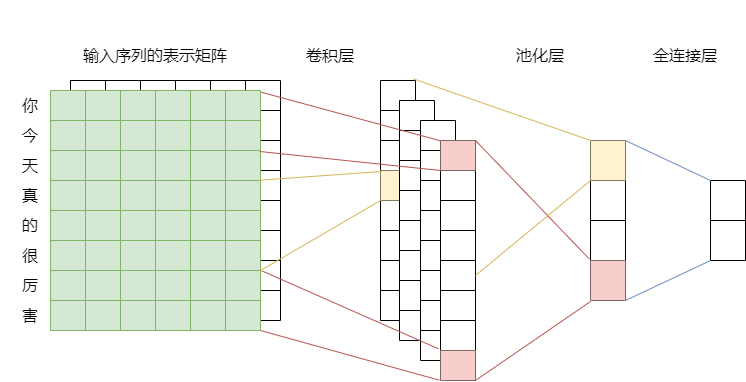
AdamFocus/draw keeps this draw.io diagram as cnn.png. Above is the earlier version. Source tidied: cells renumbered, new cells last; positions are measured from the earlier drawing's top-left corner, leaving out a move shared by most shapes.
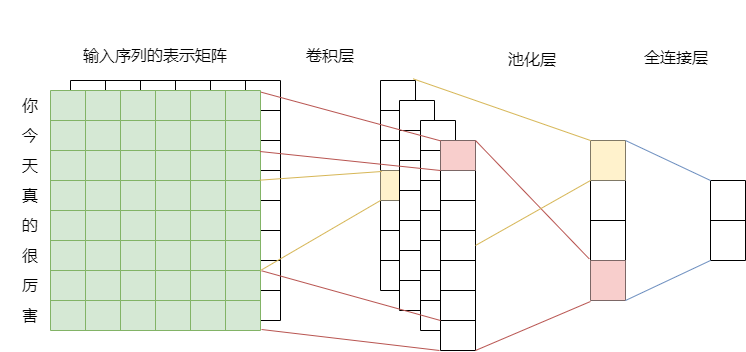
The same file after the commit.

The edit, as a diff of the source:
```diff
@@ -173,7 +173,7 @@
     <mxCell id="58" style="shape=partialRectangle;html=1;whiteSpace=wrap;fillColor=none;top=0;left=0;bottom=0;right=0;overflow=hidden;shadow=0;labelBorderColor=none;strokeColor=default;" parent="52" vertex="1">
       <mxGeometry x="175" width="35" height="30" as="geometry" />
     </mxCell>
-    <mxCell id="59" style="shape=table;html=1;whiteSpace=wrap;startSize=0;shadow=0;labelBorderColor=none;strokeColor=#82b366;fillColor=#d5e8d4;rounded=0;gradientColor=none;swimlaneFillColor=none;sketch=0;" parent="1" vertex="1">
+    <mxCell id="59" style="shape=table;html=1;whiteSpace=wrap;startSize=0;shadow=0;labelBorderColor=none;strokeColor=#82b366;fillColor=#d5e8d4;rounded=0;swimlaneFillColor=none;sketch=0;" parent="1" vertex="1">
       <mxGeometry x="50" y="90" width="210" height="240" as="geometry" />
     </mxCell>
     <mxCell id="60" style="shape=tableRow;horizontal=0;startSize=0;swimlaneHead=0;swimlaneBody=0;top=0;left=0;bottom=0;right=0;fillColor=none;points=[[0,0.5],[1,0.5]];portConstraint=eastwest;shadow=0;labelBorderColor=none;strokeColor=default;" parent="59" vertex="1">
@@ -345,7 +345,7 @@
       <mxGeometry x="175" width="35" height="30" as="geometry" />
     </mxCell>
     <mxCell id="116" style="shape=table;html=1;whiteSpace=wrap;startSize=0;shadow=0;labelBorderColor=none;strokeColor=default;" parent="1" vertex="1">
-      <mxGeometry x="380" y="80" width="35" height="240" as="geometry" />
+      <mxGeometry x="380" y="80" width="35" height="210" as="geometry" />
     </mxCell>
     <mxCell id="117" style="shape=tableRow;horizontal=0;startSize=0;swimlaneHead=0;swimlaneBody=0;top=0;left=0;bottom=0;right=0;fillColor=none;points=[[0,0.5],[1,0.5]];portConstraint=eastwest;shadow=0;labelBorderColor=none;strokeColor=default;" parent="116" vertex="1">
       <mxGeometry width="35" height="30" as="geometry" />
@@ -389,14 +389,8 @@
     <mxCell id="130" style="shape=partialRectangle;html=1;whiteSpace=wrap;fillColor=none;top=0;left=0;bottom=0;right=0;overflow=hidden;shadow=0;labelBorderColor=none;strokeColor=default;" parent="129" vertex="1">
       <mxGeometry width="35" height="30" as="geometry" />
     </mxCell>
-    <mxCell id="131" style="shape=tableRow;horizontal=0;startSize=0;swimlaneHead=0;swimlaneBody=0;top=0;left=0;bottom=0;right=0;fillColor=none;shadow=0;labelBorderColor=none;strokeColor=default;" parent="116" vertex="1">
-      <mxGeometry y="210" width="35" height="30" as="geometry" />
-    </mxCell>
-    <mxCell id="132" style="shape=partialRectangle;html=1;whiteSpace=wrap;fillColor=none;top=0;left=0;bottom=0;right=0;overflow=hidden;shadow=0;labelBorderColor=none;strokeColor=default;" parent="131" vertex="1">
-      <mxGeometry width="35" height="30" as="geometry" />
-    </mxCell>
     <mxCell id="133" style="shape=table;html=1;whiteSpace=wrap;startSize=0;shadow=0;labelBorderColor=none;strokeColor=default;" parent="1" vertex="1">
-      <mxGeometry x="399" y="100" width="35" height="240" as="geometry" />
+      <mxGeometry x="399" y="100" width="35" height="210" as="geometry" />
     </mxCell>
     <mxCell id="134" style="shape=tableRow;horizontal=0;startSize=0;swimlaneHead=0;swimlaneBody=0;top=0;left=0;bottom=0;right=0;fillColor=none;shadow=0;labelBorderColor=none;strokeColor=default;" parent="133" vertex="1">
       <mxGeometry width="35" height="30" as="geometry" />
@@ -440,14 +434,8 @@
     <mxCell id="147" style="shape=partialRectangle;html=1;whiteSpace=wrap;fillColor=none;top=0;left=0;bottom=0;right=0;overflow=hidden;shadow=0;labelBorderColor=none;strokeColor=default;" parent="146" vertex="1">
       <mxGeometry width="35" height="30" as="geometry" />
     </mxCell>
-    <mxCell id="148" style="shape=tableRow;horizontal=0;startSize=0;swimlaneHead=0;swimlaneBody=0;top=0;left=0;bottom=0;right=0;fillColor=none;shadow=0;labelBorderColor=none;strokeColor=default;" parent="133" vertex="1">
-      <mxGeometry y="210" width="35" height="30" as="geometry" />
-    </mxCell>
-    <mxCell id="149" style="shape=partialRectangle;html=1;whiteSpace=wrap;fillColor=none;top=0;left=0;bottom=0;right=0;overflow=hidden;shadow=0;labelBorderColor=none;strokeColor=default;" parent="148" vertex="1">
-      <mxGeometry width="35" height="30" as="geometry" />
-    </mxCell>
     <mxCell id="150" style="shape=table;html=1;whiteSpace=wrap;startSize=0;shadow=0;labelBorderColor=none;strokeColor=default;" parent="1" vertex="1">
-      <mxGeometry x="420" y="120" width="35" height="240" as="geometry" />
+      <mxGeometry x="420" y="120" width="35" height="210" as="geometry" />
     </mxCell>
     <mxCell id="151" style="shape=tableRow;horizontal=0;startSize=0;swimlaneHead=0;swimlaneBody=0;top=0;left=0;bottom=0;right=0;fillColor=none;shadow=0;labelBorderColor=none;strokeColor=default;" parent="150" vertex="1">
       <mxGeometry width="35" height="30" as="geometry" />
@@ -491,14 +479,8 @@
     <mxCell id="164" style="shape=partialRectangle;html=1;whiteSpace=wrap;fillColor=none;top=0;left=0;bottom=0;right=0;overflow=hidden;shadow=0;labelBorderColor=none;strokeColor=default;" parent="163" vertex="1">
       <mxGeometry width="35" height="30" as="geometry" />
     </mxCell>
-    <mxCell id="165" style="shape=tableRow;horizontal=0;startSize=0;swimlaneHead=0;swimlaneBody=0;top=0;left=0;bottom=0;right=0;fillColor=none;shadow=0;labelBorderColor=none;strokeColor=default;" parent="150" vertex="1">
-      <mxGeometry y="210" width="35" height="30" as="geometry" />
-    </mxCell>
-    <mxCell id="166" style="shape=partialRectangle;html=1;whiteSpace=wrap;fillColor=none;top=0;left=0;bottom=0;right=0;overflow=hidden;shadow=0;labelBorderColor=none;strokeColor=default;" parent="165" vertex="1">
-      <mxGeometry width="35" height="30" as="geometry" />
-    </mxCell>
     <mxCell id="167" style="shape=table;html=1;whiteSpace=wrap;startSize=0;shadow=0;labelBorderColor=none;strokeColor=default;" parent="1" vertex="1">
-      <mxGeometry x="440" y="140" width="35" height="240" as="geometry" />
+      <mxGeometry x="440" y="140" width="35" height="210" as="geometry" />
     </mxCell>
     <mxCell id="168" style="shape=tableRow;horizontal=0;startSize=0;swimlaneHead=0;swimlaneBody=0;top=0;left=0;bottom=0;right=0;fillColor=none;points=[[0,0.5],[1,0.5]];portConstraint=eastwest;shadow=0;labelBorderColor=none;strokeColor=default;" parent="167" vertex="1">
       <mxGeometry width="35" height="30" as="geometry" />
@@ -542,12 +524,6 @@
     <mxCell id="181" style="shape=partialRectangle;html=1;whiteSpace=wrap;fillColor=none;top=0;left=0;bottom=0;right=0;overflow=hidden;shadow=0;labelBorderColor=none;strokeColor=default;" parent="180" vertex="1">
       <mxGeometry width="35" height="30" as="geometry" />
     </mxCell>
-    <mxCell id="182" style="shape=tableRow;horizontal=0;startSize=0;swimlaneHead=0;swimlaneBody=0;top=0;left=0;bottom=0;right=0;fillColor=none;points=[[0,0.5],[1,0.5]];portConstraint=eastwest;shadow=0;labelBorderColor=none;strokeColor=default;" parent="167" vertex="1">
-      <mxGeometry y="210" width="35" height="30" as="geometry" />
-    </mxCell>
-    <mxCell id="183" style="shape=partialRectangle;html=1;whiteSpace=wrap;fillColor=#f8cecc;top=0;left=0;bottom=0;right=0;overflow=hidden;shadow=0;labelBorderColor=none;strokeColor=#b85450;" parent="182" vertex="1">
-      <mxGeometry width="35" height="30" as="geometry" />
-    </mxCell>
     <mxCell id="184" style="shape=table;html=1;whiteSpace=wrap;startSize=0;shadow=0;labelBorderColor=none;strokeColor=default;" parent="1" vertex="1">
       <mxGeometry x="590" y="140" width="35" height="160" as="geometry" />
     </mxCell>
@@ -598,10 +574,12 @@
         <mxPoint x="440" y="170" as="targetPoint" />
       </mxGeometry>
     </mxCell>
-    <mxCell id="200" style="endArrow=none;html=1;rounded=0;strokeColor=#B85450;exitX=1.006;exitY=0.011;exitDx=0;exitDy=0;exitPerimeter=0;entryX=-0.057;entryY=0.944;entryDx=0;entryDy=0;entryPerimeter=0;endFill=0;" parent="1" edge="1" source="102" target="180">
-      <mxGeometry relative="1" as="geometry" />
+    <mxCell id="200" style="endArrow=none;html=1;rounded=0;strokeColor=#B85450;exitX=1.006;exitY=0.011;exitDx=0;exitDy=0;exitPerimeter=0;endFill=0;" parent="1" edge="1" source="102">
+      <mxGeometry relative="1" as="geometry">
+        <mxPoint x="440" y="320" as="targetPoint" />
+      </mxGeometry>
     </mxCell>
-    <mxCell id="201" style="endArrow=none;html=1;rounded=0;strokeColor=#B85450;entryX=-0.038;entryY=0.989;entryDx=0;entryDy=0;entryPerimeter=0;endFill=0;" parent="1" edge="1" target="182">
+    <mxCell id="201" style="endArrow=none;html=1;rounded=0;strokeColor=#B85450;entryX=-0.038;entryY=0.989;entryDx=0;entryDy=0;entryPerimeter=0;endFill=0;" parent="1" edge="1" target="x">
       <mxGeometry relative="1" as="geometry">
         <mxPoint x="260" y="330" as="sourcePoint" />
       </mxGeometry>
@@ -625,7 +603,7 @@
         <mxPoint x="590" y="140" as="targetPoint" />
       </mxGeometry>
     </mxCell>
-    <mxCell id="207" style="endArrow=none;html=1;rounded=0;strokeColor=#d6b656;exitX=1;exitY=0.5;exitDx=0;exitDy=0;fillColor=#fff2cc;endFill=0;" parent="1" edge="1" source="176">
+    <mxCell id="207" style="endArrow=none;html=1;rounded=0;strokeColor=#d6b656;exitX=1;exitY=0.5;exitDx=0;exitDy=0;fillColor=#fff2cc;endFill=0;" parent="1" edge="1" source="174">
       <mxGeometry relative="1" as="geometry">
         <mxPoint x="590" y="180" as="targetPoint" />
       </mxGeometry>
@@ -671,10 +649,15 @@
       <mxGeometry x="300" y="40" width="60" height="30" as="geometry" />
     </mxCell>
     <mxCell id="220" value="&lt;font style=&quot;font-size: 16px&quot;&gt;池化层&lt;/font&gt;" style="text;html=1;strokeColor=none;fillColor=none;align=center;verticalAlign=middle;whiteSpace=wrap;rounded=0;shadow=0;labelBorderColor=none;sketch=1;" parent="1" vertex="1">
-      <mxGeometry x="510" y="40" width="60" height="30" as="geometry" />
+      <mxGeometry x="502" y="44" width="60" height="30" as="geometry" />
     </mxCell>
     <mxCell id="221" value="&lt;font style=&quot;font-size: 16px&quot;&gt;全连接层&lt;/font&gt;" style="text;html=1;strokeColor=none;fillColor=none;align=center;verticalAlign=middle;whiteSpace=wrap;rounded=0;shadow=0;labelBorderColor=none;sketch=1;" parent="1" vertex="1">
-      <mxGeometry x="640" y="40" width="90" height="30" as="geometry" />
+      <mxGeometry x="631" y="42" width="90" height="30" as="geometry" />
     </mxCell>
+    <mxCell id="222" style="endArrow=none;html=1;rounded=0;fillColor=#f8cecc;strokeColor=#b85450;entryX=-0.029;entryY=1;entryDx=0;entryDy=0;entryPerimeter=0;" parent="1" edge="1" target="180">
+      <mxGeometry relative="1" as="geometry">
+        <mxPoint x="261" y="329" as="sourcePoint" />
+      </mxGeometry>
+    </mxCell>
   </root>
 </mxGraphModel>
```
